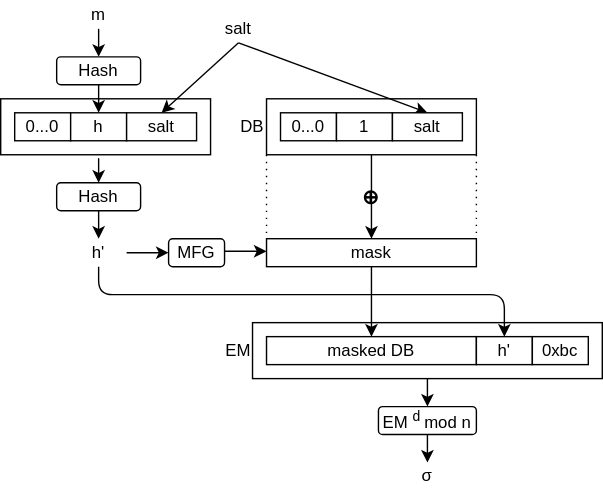
This is images/lec-rsassa-pss-sign.drawio.svg from herumi/lecture-crypto, a draw.io export, as it was before one commit. Source tidied: cells renumbered, new cells last; positions are measured from the earlier drawing's top-left corner, leaving out a move shared by most shapes. Source of this version:
```xml
<mxGraphModel>
  <root>
    <mxCell id="0" />
    <mxCell id="1" parent="0" />
    <mxCell id="2" value="&lt;h3 class=&quot;displayString&quot;&gt;⊕&lt;/h3&gt;" style="text;html=1;align=center;verticalAlign=middle;whiteSpace=wrap;rounded=0;" parent="1" vertex="1">
      <mxGeometry x="250" y="126" width="30" height="30" as="geometry" />
    </mxCell>
    <mxCell id="3" style="edgeStyle=none;html=1;exitX=0.5;exitY=1;exitDx=0;exitDy=0;entryX=0.5;entryY=0;entryDx=0;entryDy=0;" parent="1" edge="1" source="4" target="39">
      <mxGeometry relative="1" as="geometry" />
    </mxCell>
    <mxCell id="4" style="rounded=0;whiteSpace=wrap;html=1;" parent="1" vertex="1">
      <mxGeometry x="180" y="230" width="250" height="40" as="geometry" />
    </mxCell>
    <mxCell id="5" style="edgeStyle=none;html=1;exitX=0;exitY=1;exitDx=0;exitDy=0;entryX=0;entryY=0;entryDx=0;entryDy=0;endArrow=none;endFill=0;dashed=1;dashPattern=1 4;" parent="1" edge="1" source="7" target="28">
      <mxGeometry relative="1" as="geometry" />
    </mxCell>
    <mxCell id="6" style="edgeStyle=none;html=1;exitX=0.5;exitY=1;exitDx=0;exitDy=0;entryX=0.5;entryY=0;entryDx=0;entryDy=0;" parent="1" edge="1" source="7" target="28">
      <mxGeometry relative="1" as="geometry" />
    </mxCell>
    <mxCell id="7" style="rounded=0;whiteSpace=wrap;html=1;" parent="1" vertex="1">
      <mxGeometry x="190" y="70" width="150" height="40" as="geometry" />
    </mxCell>
    <mxCell id="8" value="m" style="text;html=1;align=center;verticalAlign=middle;whiteSpace=wrap;rounded=0;" parent="1" vertex="1">
      <mxGeometry x="50" width="40" height="20" as="geometry" />
    </mxCell>
    <mxCell id="9" style="edgeStyle=none;html=1;entryX=0.5;entryY=0;entryDx=0;entryDy=0;" parent="1" edge="1" target="24">
      <mxGeometry relative="1" as="geometry">
        <mxPoint x="70" y="120" as="sourcePoint" />
        <Array as="points">
          <mxPoint x="70" y="110" />
        </Array>
      </mxGeometry>
    </mxCell>
    <mxCell id="10" style="rounded=0;whiteSpace=wrap;html=1;" parent="1" vertex="1">
      <mxGeometry y="70" width="150" height="40" as="geometry" />
    </mxCell>
    <mxCell id="11" value="0...0" style="rounded=0;whiteSpace=wrap;html=1;" parent="1" vertex="1">
      <mxGeometry x="10" y="80" width="40" height="20" as="geometry" />
    </mxCell>
    <mxCell id="12" value="h" style="rounded=0;whiteSpace=wrap;html=1;" parent="1" vertex="1">
      <mxGeometry x="50" y="80" width="40" height="20" as="geometry" />
    </mxCell>
    <mxCell id="13" value="salt" style="rounded=0;whiteSpace=wrap;html=1;" parent="1" vertex="1">
      <mxGeometry x="90" y="80" width="50" height="20" as="geometry" />
    </mxCell>
    <mxCell id="14" style="edgeStyle=none;html=1;exitX=0.5;exitY=1;exitDx=0;exitDy=0;entryX=0.5;entryY=0;entryDx=0;entryDy=0;" parent="1" edge="1" source="19" target="12">
      <mxGeometry relative="1" as="geometry" />
    </mxCell>
    <mxCell id="15" style="edgeStyle=none;html=1;exitX=0.5;exitY=1;exitDx=0;exitDy=0;entryX=0.5;entryY=0;entryDx=0;entryDy=0;" parent="1" edge="1" source="17" target="13">
      <mxGeometry relative="1" as="geometry" />
    </mxCell>
    <mxCell id="16" style="edgeStyle=none;html=1;exitX=0.5;exitY=1;exitDx=0;exitDy=0;entryX=0.5;entryY=0;entryDx=0;entryDy=0;" parent="1" edge="1" source="17" target="22">
      <mxGeometry relative="1" as="geometry" />
    </mxCell>
    <mxCell id="17" value="salt" style="text;html=1;align=center;verticalAlign=middle;whiteSpace=wrap;rounded=0;" parent="1" vertex="1">
      <mxGeometry x="150" y="10" width="40" height="20" as="geometry" />
    </mxCell>
    <mxCell id="18" style="edgeStyle=none;html=1;exitX=0.5;exitY=1;exitDx=0;exitDy=0;entryX=0.5;entryY=0;entryDx=0;entryDy=0;" parent="1" edge="1" source="8" target="19">
      <mxGeometry relative="1" as="geometry" />
    </mxCell>
    <mxCell id="19" value="Hash" style="rounded=1;whiteSpace=wrap;html=1;" parent="1" vertex="1">
      <mxGeometry x="40" y="40" width="60" height="20" as="geometry" />
    </mxCell>
    <mxCell id="20" value="0...0" style="rounded=0;whiteSpace=wrap;html=1;" parent="1" vertex="1">
      <mxGeometry x="200" y="80" width="40" height="20" as="geometry" />
    </mxCell>
    <mxCell id="21" value="1" style="rounded=0;whiteSpace=wrap;html=1;" parent="1" vertex="1">
      <mxGeometry x="240" y="80" width="40" height="20" as="geometry" />
    </mxCell>
    <mxCell id="22" value="salt" style="rounded=0;whiteSpace=wrap;html=1;" parent="1" vertex="1">
      <mxGeometry x="280" y="80" width="50" height="20" as="geometry" />
    </mxCell>
    <mxCell id="23" style="edgeStyle=none;html=1;exitX=0.5;exitY=1;exitDx=0;exitDy=0;entryX=0.5;entryY=0;entryDx=0;entryDy=0;" parent="1" edge="1" source="24" target="26">
      <mxGeometry relative="1" as="geometry" />
    </mxCell>
    <mxCell id="24" value="Hash" style="rounded=1;whiteSpace=wrap;html=1;" parent="1" vertex="1">
      <mxGeometry x="40" y="130" width="60" height="20" as="geometry" />
    </mxCell>
    <mxCell id="25" style="edgeStyle=none;html=1;exitX=0.5;exitY=1;exitDx=0;exitDy=0;entryX=0.5;entryY=0;entryDx=0;entryDy=0;" parent="1" edge="1" source="26" target="35">
      <mxGeometry relative="1" as="geometry">
        <Array as="points">
          <mxPoint x="70" y="210" />
          <mxPoint x="360" y="210" />
        </Array>
      </mxGeometry>
    </mxCell>
    <mxCell id="26" value="h'" style="text;html=1;align=center;verticalAlign=middle;whiteSpace=wrap;rounded=0;" parent="1" vertex="1">
      <mxGeometry x="50" y="170" width="40" height="20" as="geometry" />
    </mxCell>
    <mxCell id="27" style="edgeStyle=none;html=1;exitX=0.5;exitY=1;exitDx=0;exitDy=0;entryX=0.5;entryY=0;entryDx=0;entryDy=0;" parent="1" edge="1" source="28" target="33">
      <mxGeometry relative="1" as="geometry" />
    </mxCell>
    <mxCell id="28" value="mask" style="rounded=0;whiteSpace=wrap;html=1;" parent="1" vertex="1">
      <mxGeometry x="190" y="170" width="150" height="20" as="geometry" />
    </mxCell>
    <mxCell id="29" value="MFG" style="rounded=1;whiteSpace=wrap;html=1;" parent="1" vertex="1">
      <mxGeometry x="120" y="170" width="40" height="20" as="geometry" />
    </mxCell>
    <mxCell id="30" style="endArrow=classic;html=1;entryX=0;entryY=0.25;entryDx=0;entryDy=0;exitX=1;exitY=0.25;exitDx=0;exitDy=0;" parent="1" edge="1">
      <mxGeometry relative="1" as="geometry">
        <mxPoint x="90" y="180" as="sourcePoint" />
        <mxPoint x="120" y="180" as="targetPoint" />
      </mxGeometry>
    </mxCell>
    <mxCell id="31" style="endArrow=classic;html=1;entryX=0;entryY=0.25;entryDx=0;entryDy=0;exitX=1;exitY=0.25;exitDx=0;exitDy=0;" parent="1" edge="1">
      <mxGeometry relative="1" as="geometry">
        <mxPoint x="160" y="179" as="sourcePoint" />
        <mxPoint x="190" y="179" as="targetPoint" />
      </mxGeometry>
    </mxCell>
    <mxCell id="32" style="edgeStyle=none;html=1;exitX=0;exitY=1;exitDx=0;exitDy=0;entryX=1;entryY=0;entryDx=0;entryDy=0;endArrow=none;endFill=0;dashed=1;dashPattern=1 4;" parent="1" edge="1" target="28">
      <mxGeometry relative="1" as="geometry">
        <mxPoint x="340" y="110" as="sourcePoint" />
      </mxGeometry>
    </mxCell>
    <mxCell id="33" value="masked DB" style="rounded=0;whiteSpace=wrap;html=1;" parent="1" vertex="1">
      <mxGeometry x="190" y="240" width="150" height="20" as="geometry" />
    </mxCell>
    <mxCell id="34" value="DB" style="text;html=1;align=center;verticalAlign=middle;whiteSpace=wrap;rounded=0;" parent="1" vertex="1">
      <mxGeometry x="160" y="80" width="40" height="20" as="geometry" />
    </mxCell>
    <mxCell id="35" value="h'" style="rounded=0;whiteSpace=wrap;html=1;" parent="1" vertex="1">
      <mxGeometry x="340" y="240" width="40" height="20" as="geometry" />
    </mxCell>
    <mxCell id="36" value="0xbc" style="rounded=0;whiteSpace=wrap;html=1;" parent="1" vertex="1">
      <mxGeometry x="380" y="240" width="40" height="20" as="geometry" />
    </mxCell>
    <mxCell id="37" value="EM" style="text;html=1;align=center;verticalAlign=middle;whiteSpace=wrap;rounded=0;" parent="1" vertex="1">
      <mxGeometry x="150" y="240" width="40" height="20" as="geometry" />
    </mxCell>
    <mxCell id="38" style="edgeStyle=none;html=1;exitX=0.5;exitY=1;exitDx=0;exitDy=0;entryX=0.5;entryY=0;entryDx=0;entryDy=0;" parent="1" edge="1" source="39" target="40">
      <mxGeometry relative="1" as="geometry" />
    </mxCell>
    <mxCell id="39" value="EM&lt;sup&gt;d&lt;/sup&gt; mod n" style="rounded=1;whiteSpace=wrap;html=1;" parent="1" vertex="1">
      <mxGeometry x="270" y="290" width="70" height="20" as="geometry" />
    </mxCell>
    <mxCell id="40" value="σ" style="text;html=1;align=center;verticalAlign=middle;whiteSpace=wrap;rounded=0;" parent="1" vertex="1">
      <mxGeometry x="280" y="330" width="50" height="20" as="geometry" />
    </mxCell>
  </root>
</mxGraphModel>
```
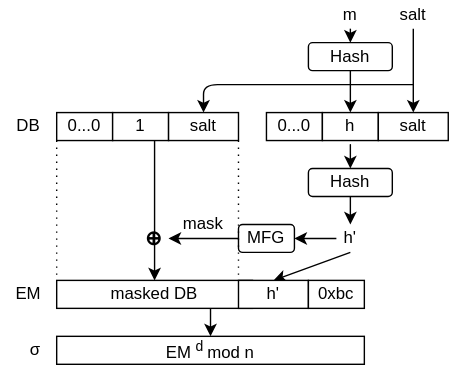
Later version of the same file.

The edit, as a diff of the source:
```diff
@@ -3,139 +3,123 @@
     <mxCell id="0" />
     <mxCell id="1" parent="0" />
     <mxCell id="2" value="&lt;h3 class=&quot;displayString&quot;&gt;⊕&lt;/h3&gt;" style="text;html=1;align=center;verticalAlign=middle;whiteSpace=wrap;rounded=0;" parent="1" vertex="1">
-      <mxGeometry x="250" y="126" width="30" height="30" as="geometry" />
+      <mxGeometry x="260" y="170" width="20" height="20" as="geometry" />
     </mxCell>
-    <mxCell id="3" style="edgeStyle=none;html=1;exitX=0.5;exitY=1;exitDx=0;exitDy=0;entryX=0.5;entryY=0;entryDx=0;entryDy=0;" parent="1" edge="1" source="4" target="39">
-      <mxGeometry relative="1" as="geometry" />
+    <mxCell id="3" style="edgeStyle=none;html=1;entryX=0.5;entryY=0;entryDx=0;entryDy=0;" parent="1" edge="1" target="39">
+      <mxGeometry relative="1" as="geometry">
+        <mxPoint x="310" y="230" as="sourcePoint" />
+      </mxGeometry>
     </mxCell>
-    <mxCell id="4" style="rounded=0;whiteSpace=wrap;html=1;" parent="1" vertex="1">
-      <mxGeometry x="180" y="230" width="250" height="40" as="geometry" />
-    </mxCell>
-    <mxCell id="5" style="edgeStyle=none;html=1;exitX=0;exitY=1;exitDx=0;exitDy=0;entryX=0;entryY=0;entryDx=0;entryDy=0;endArrow=none;endFill=0;dashed=1;dashPattern=1 4;" parent="1" edge="1" source="7" target="28">
+    <mxCell id="5" style="edgeStyle=none;html=1;exitX=1;exitY=1;exitDx=0;exitDy=0;entryX=1;entryY=0;entryDx=0;entryDy=0;endArrow=none;endFill=0;dashed=1;dashPattern=1 4;" parent="1" edge="1" source="34" target="37">
       <mxGeometry relative="1" as="geometry" />
     </mxCell>
-    <mxCell id="6" style="edgeStyle=none;html=1;exitX=0.5;exitY=1;exitDx=0;exitDy=0;entryX=0.5;entryY=0;entryDx=0;entryDy=0;" parent="1" edge="1" source="7" target="28">
+    <mxCell id="6" style="edgeStyle=none;html=1;exitX=0.75;exitY=1;exitDx=0;exitDy=0;entryX=0.5;entryY=0;entryDx=0;entryDy=0;" parent="1" edge="1" source="21" target="33">
       <mxGeometry relative="1" as="geometry" />
     </mxCell>
-    <mxCell id="7" style="rounded=0;whiteSpace=wrap;html=1;" parent="1" vertex="1">
-      <mxGeometry x="190" y="70" width="150" height="40" as="geometry" />
-    </mxCell>
     <mxCell id="8" value="m" style="text;html=1;align=center;verticalAlign=middle;whiteSpace=wrap;rounded=0;" parent="1" vertex="1">
-      <mxGeometry x="50" width="40" height="20" as="geometry" />
+      <mxGeometry x="390" y="10" width="40" height="20" as="geometry" />
     </mxCell>
     <mxCell id="9" style="edgeStyle=none;html=1;entryX=0.5;entryY=0;entryDx=0;entryDy=0;" parent="1" edge="1" target="24">
       <mxGeometry relative="1" as="geometry">
-        <mxPoint x="70" y="120" as="sourcePoint" />
+        <mxPoint x="410" y="120" as="sourcePoint" />
         <Array as="points">
-          <mxPoint x="70" y="110" />
+          <mxPoint x="410" y="110" />
         </Array>
       </mxGeometry>
     </mxCell>
-    <mxCell id="10" style="rounded=0;whiteSpace=wrap;html=1;" parent="1" vertex="1">
-      <mxGeometry y="70" width="150" height="40" as="geometry" />
-    </mxCell>
     <mxCell id="11" value="0...0" style="rounded=0;whiteSpace=wrap;html=1;" parent="1" vertex="1">
-      <mxGeometry x="10" y="80" width="40" height="20" as="geometry" />
+      <mxGeometry x="350" y="90" width="40" height="20" as="geometry" />
     </mxCell>
     <mxCell id="12" value="h" style="rounded=0;whiteSpace=wrap;html=1;" parent="1" vertex="1">
-      <mxGeometry x="50" y="80" width="40" height="20" as="geometry" />
+      <mxGeometry x="390" y="90" width="40" height="20" as="geometry" />
     </mxCell>
     <mxCell id="13" value="salt" style="rounded=0;whiteSpace=wrap;html=1;" parent="1" vertex="1">
-      <mxGeometry x="90" y="80" width="50" height="20" as="geometry" />
+      <mxGeometry x="430" y="90" width="50" height="20" as="geometry" />
     </mxCell>
     <mxCell id="14" style="edgeStyle=none;html=1;exitX=0.5;exitY=1;exitDx=0;exitDy=0;entryX=0.5;entryY=0;entryDx=0;entryDy=0;" parent="1" edge="1" source="19" target="12">
       <mxGeometry relative="1" as="geometry" />
     </mxCell>
-    <mxCell id="15" style="edgeStyle=none;html=1;exitX=0.5;exitY=1;exitDx=0;exitDy=0;entryX=0.5;entryY=0;entryDx=0;entryDy=0;" parent="1" edge="1" source="17" target="13">
-      <mxGeometry relative="1" as="geometry" />
+    <mxCell id="15" style="edgeStyle=none;html=1;entryX=0.5;entryY=0;entryDx=0;entryDy=0;" parent="1" edge="1" target="13">
+      <mxGeometry relative="1" as="geometry">
+        <mxPoint x="455" y="30" as="sourcePoint" />
+        <Array as="points">
+          <mxPoint x="455" y="70" />
+        </Array>
+      </mxGeometry>
     </mxCell>
-    <mxCell id="16" style="edgeStyle=none;html=1;exitX=0.5;exitY=1;exitDx=0;exitDy=0;entryX=0.5;entryY=0;entryDx=0;entryDy=0;" parent="1" edge="1" source="17" target="22">
-      <mxGeometry relative="1" as="geometry" />
+    <mxCell id="16" style="edgeStyle=none;html=1;entryX=0.5;entryY=0;entryDx=0;entryDy=0;" parent="1" edge="1" target="22">
+      <mxGeometry relative="1" as="geometry">
+        <mxPoint x="455" y="70" as="sourcePoint" />
+        <Array as="points">
+          <mxPoint x="305" y="70" />
+        </Array>
+      </mxGeometry>
     </mxCell>
     <mxCell id="17" value="salt" style="text;html=1;align=center;verticalAlign=middle;whiteSpace=wrap;rounded=0;" parent="1" vertex="1">
-      <mxGeometry x="150" y="10" width="40" height="20" as="geometry" />
+      <mxGeometry x="430" y="10" width="50" height="20" as="geometry" />
     </mxCell>
     <mxCell id="18" style="edgeStyle=none;html=1;exitX=0.5;exitY=1;exitDx=0;exitDy=0;entryX=0.5;entryY=0;entryDx=0;entryDy=0;" parent="1" edge="1" source="8" target="19">
       <mxGeometry relative="1" as="geometry" />
     </mxCell>
     <mxCell id="19" value="Hash" style="rounded=1;whiteSpace=wrap;html=1;" parent="1" vertex="1">
-      <mxGeometry x="40" y="40" width="60" height="20" as="geometry" />
+      <mxGeometry x="380" y="40" width="60" height="20" as="geometry" />
     </mxCell>
     <mxCell id="20" value="0...0" style="rounded=0;whiteSpace=wrap;html=1;" parent="1" vertex="1">
-      <mxGeometry x="200" y="80" width="40" height="20" as="geometry" />
+      <mxGeometry x="200" y="90" width="40" height="20" as="geometry" />
     </mxCell>
     <mxCell id="21" value="1" style="rounded=0;whiteSpace=wrap;html=1;" parent="1" vertex="1">
-      <mxGeometry x="240" y="80" width="40" height="20" as="geometry" />
+      <mxGeometry x="240" y="90" width="40" height="20" as="geometry" />
     </mxCell>
     <mxCell id="22" value="salt" style="rounded=0;whiteSpace=wrap;html=1;" parent="1" vertex="1">
-      <mxGeometry x="280" y="80" width="50" height="20" as="geometry" />
+      <mxGeometry x="280" y="90" width="50" height="20" as="geometry" />
     </mxCell>
     <mxCell id="23" style="edgeStyle=none;html=1;exitX=0.5;exitY=1;exitDx=0;exitDy=0;entryX=0.5;entryY=0;entryDx=0;entryDy=0;" parent="1" edge="1" source="24" target="26">
       <mxGeometry relative="1" as="geometry" />
     </mxCell>
     <mxCell id="24" value="Hash" style="rounded=1;whiteSpace=wrap;html=1;" parent="1" vertex="1">
-      <mxGeometry x="40" y="130" width="60" height="20" as="geometry" />
+      <mxGeometry x="380" y="130" width="60" height="20" as="geometry" />
     </mxCell>
     <mxCell id="25" style="edgeStyle=none;html=1;exitX=0.5;exitY=1;exitDx=0;exitDy=0;entryX=0.5;entryY=0;entryDx=0;entryDy=0;" parent="1" edge="1" source="26" target="35">
-      <mxGeometry relative="1" as="geometry">
-        <Array as="points">
-          <mxPoint x="70" y="210" />
-          <mxPoint x="360" y="210" />
-        </Array>
-      </mxGeometry>
+      <mxGeometry relative="1" as="geometry" />
     </mxCell>
+    <mxCell id="41" style="edgeStyle=none;html=1;exitX=0;exitY=0.5;exitDx=0;exitDy=0;entryX=1;entryY=0.5;entryDx=0;entryDy=0;" parent="1" edge="1" source="26" target="29">
+      <mxGeometry relative="1" as="geometry" />
+    </mxCell>
     <mxCell id="26" value="h'" style="text;html=1;align=center;verticalAlign=middle;whiteSpace=wrap;rounded=0;" parent="1" vertex="1">
-      <mxGeometry x="50" y="170" width="40" height="20" as="geometry" />
+      <mxGeometry x="400" y="170" width="20" height="20" as="geometry" />
     </mxCell>
-    <mxCell id="27" style="edgeStyle=none;html=1;exitX=0.5;exitY=1;exitDx=0;exitDy=0;entryX=0.5;entryY=0;entryDx=0;entryDy=0;" parent="1" edge="1" source="28" target="33">
-      <mxGeometry relative="1" as="geometry" />
-    </mxCell>
-    <mxCell id="28" value="mask" style="rounded=0;whiteSpace=wrap;html=1;" parent="1" vertex="1">
-      <mxGeometry x="190" y="170" width="150" height="20" as="geometry" />
-    </mxCell>
+    <mxCell id="42" style="edgeStyle=none;html=1;exitX=0;exitY=0.5;exitDx=0;exitDy=0;entryX=1;entryY=0.5;entryDx=0;entryDy=0;" parent="1" edge="1" source="29" target="2">
+      <mxGeometry relative="1" as="geometry" />
+    </mxCell>
     <mxCell id="29" value="MFG" style="rounded=1;whiteSpace=wrap;html=1;" parent="1" vertex="1">
-      <mxGeometry x="120" y="170" width="40" height="20" as="geometry" />
+      <mxGeometry x="330" y="170" width="40" height="20" as="geometry" />
     </mxCell>
-    <mxCell id="30" style="endArrow=classic;html=1;entryX=0;entryY=0.25;entryDx=0;entryDy=0;exitX=1;exitY=0.25;exitDx=0;exitDy=0;" parent="1" edge="1">
-      <mxGeometry relative="1" as="geometry">
-        <mxPoint x="90" y="180" as="sourcePoint" />
-        <mxPoint x="120" y="180" as="targetPoint" />
-      </mxGeometry>
-    </mxCell>
-    <mxCell id="31" style="endArrow=classic;html=1;entryX=0;entryY=0.25;entryDx=0;entryDy=0;exitX=1;exitY=0.25;exitDx=0;exitDy=0;" parent="1" edge="1">
-      <mxGeometry relative="1" as="geometry">
-        <mxPoint x="160" y="179" as="sourcePoint" />
-        <mxPoint x="190" y="179" as="targetPoint" />
-      </mxGeometry>
-    </mxCell>
-    <mxCell id="32" style="edgeStyle=none;html=1;exitX=0;exitY=1;exitDx=0;exitDy=0;entryX=1;entryY=0;entryDx=0;entryDy=0;endArrow=none;endFill=0;dashed=1;dashPattern=1 4;" parent="1" edge="1" target="28">
-      <mxGeometry relative="1" as="geometry">
-        <mxPoint x="340" y="110" as="sourcePoint" />
-      </mxGeometry>
+    <mxCell id="32" style="edgeStyle=none;html=1;exitX=1;exitY=1;exitDx=0;exitDy=0;entryX=0;entryY=0;entryDx=0;entryDy=0;endArrow=none;endFill=0;dashed=1;dashPattern=1 4;" parent="1" edge="1" source="22" target="35">
+      <mxGeometry relative="1" as="geometry" />
     </mxCell>
     <mxCell id="33" value="masked DB" style="rounded=0;whiteSpace=wrap;html=1;" parent="1" vertex="1">
-      <mxGeometry x="190" y="240" width="150" height="20" as="geometry" />
+      <mxGeometry x="200" y="210" width="140" height="20" as="geometry" />
     </mxCell>
     <mxCell id="34" value="DB" style="text;html=1;align=center;verticalAlign=middle;whiteSpace=wrap;rounded=0;" parent="1" vertex="1">
-      <mxGeometry x="160" y="80" width="40" height="20" as="geometry" />
+      <mxGeometry x="160" y="90" width="40" height="20" as="geometry" />
     </mxCell>
     <mxCell id="35" value="h'" style="rounded=0;whiteSpace=wrap;html=1;" parent="1" vertex="1">
-      <mxGeometry x="340" y="240" width="40" height="20" as="geometry" />
+      <mxGeometry x="330" y="210" width="50" height="20" as="geometry" />
     </mxCell>
     <mxCell id="36" value="0xbc" style="rounded=0;whiteSpace=wrap;html=1;" parent="1" vertex="1">
-      <mxGeometry x="380" y="240" width="40" height="20" as="geometry" />
+      <mxGeometry x="380" y="210" width="40" height="20" as="geometry" />
     </mxCell>
     <mxCell id="37" value="EM" style="text;html=1;align=center;verticalAlign=middle;whiteSpace=wrap;rounded=0;" parent="1" vertex="1">
-      <mxGeometry x="150" y="240" width="40" height="20" as="geometry" />
+      <mxGeometry x="160" y="210" width="40" height="20" as="geometry" />
     </mxCell>
-    <mxCell id="38" style="edgeStyle=none;html=1;exitX=0.5;exitY=1;exitDx=0;exitDy=0;entryX=0.5;entryY=0;entryDx=0;entryDy=0;" parent="1" edge="1" source="39" target="40">
-      <mxGeometry relative="1" as="geometry" />
-    </mxCell>
-    <mxCell id="39" value="EM&lt;sup&gt;d&lt;/sup&gt; mod n" style="rounded=1;whiteSpace=wrap;html=1;" parent="1" vertex="1">
-      <mxGeometry x="270" y="290" width="70" height="20" as="geometry" />
+    <mxCell id="39" value="EM&lt;sup&gt;d&lt;/sup&gt; mod n" style="rounded=0;whiteSpace=wrap;html=1;" parent="1" vertex="1">
+      <mxGeometry x="200" y="250" width="220" height="20" as="geometry" />
     </mxCell>
     <mxCell id="40" value="σ" style="text;html=1;align=center;verticalAlign=middle;whiteSpace=wrap;rounded=0;" parent="1" vertex="1">
-      <mxGeometry x="280" y="330" width="50" height="20" as="geometry" />
+      <mxGeometry x="170" y="250" width="30" height="20" as="geometry" />
     </mxCell>
+    <mxCell id="28" value="mask" style="text;html=1;align=center;verticalAlign=middle;whiteSpace=wrap;rounded=0;" parent="1" vertex="1">
+      <mxGeometry x="290" y="160" width="30" height="20" as="geometry" />
+    </mxCell>
   </root>
 </mxGraphModel>
```
